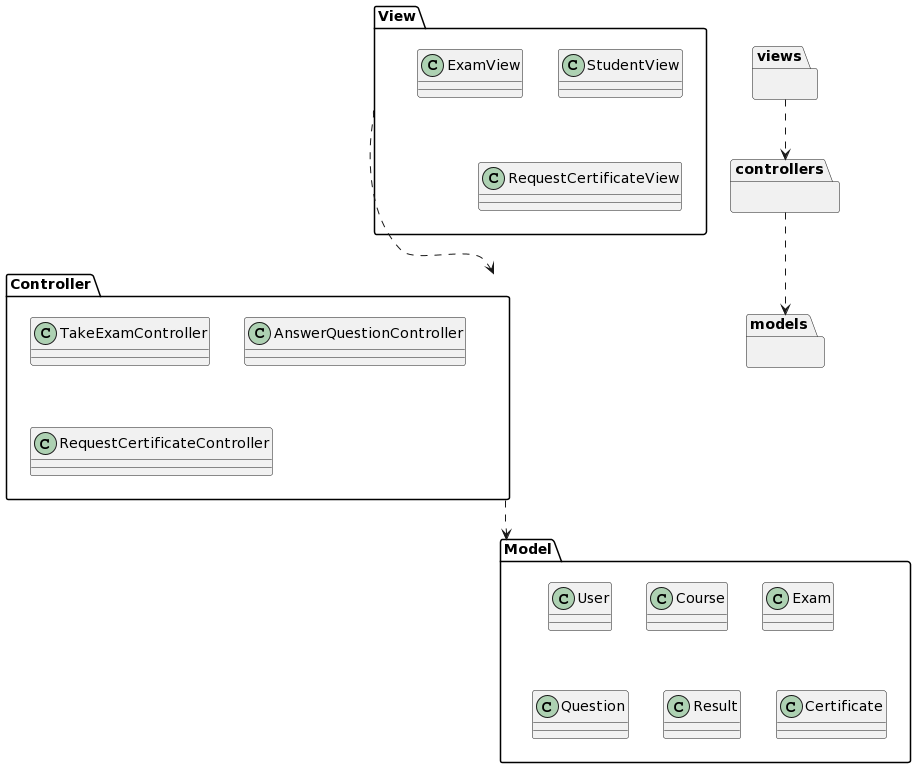
This is docs/logicalView/analysisView/packageAnalisys/DiagramaDePaquetes/DiagramaPaquetes.png from Carverz/IS-022023_Proyecto-Grupo-4, a PlantUML export, as it was before one commit.
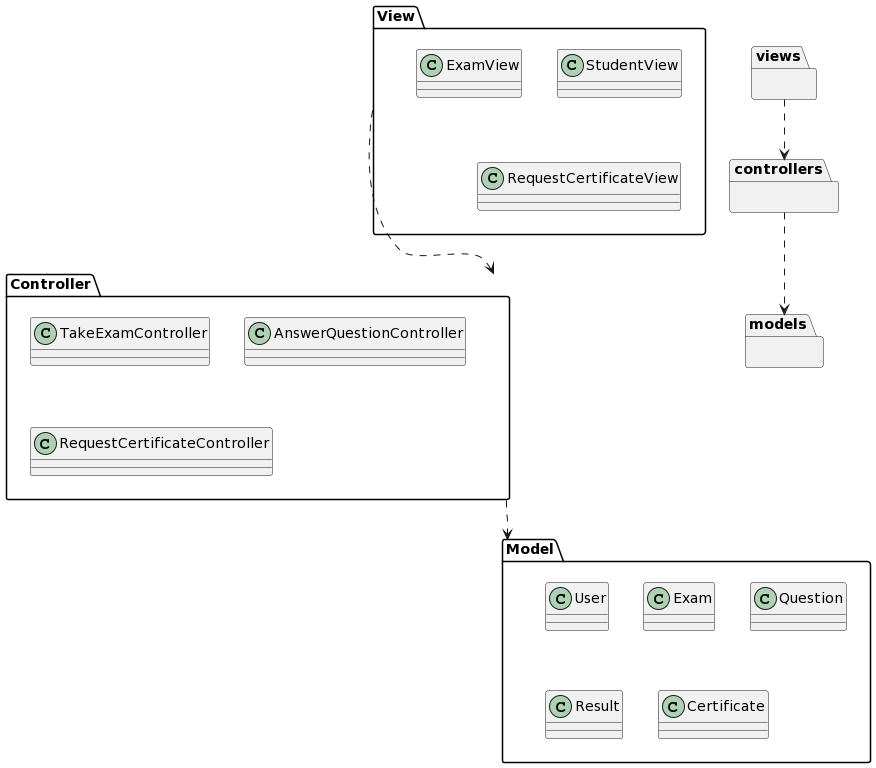
Above is the later version.

The edit, as a diff of the source:
```diff
@@ -20,7 +20,6 @@
 
 package "Model" as Modelo {
 class User
-class Course
 class Exam
 class Question
 class Result
```
